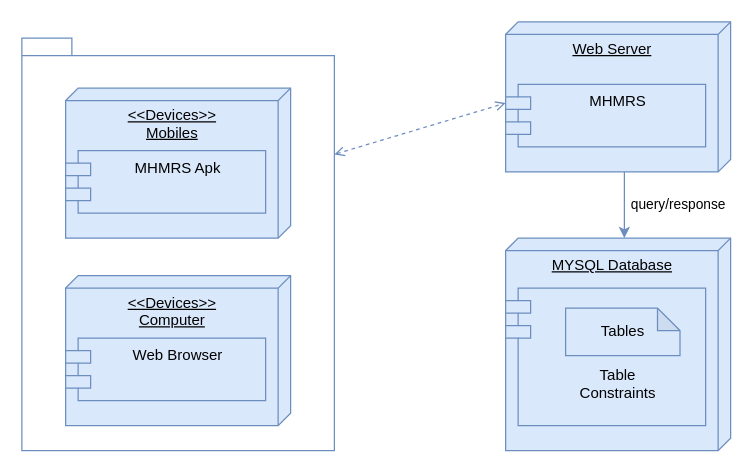
fasil712/UML_Diagram_Design keeps this draw.io diagram as Deployment Diagram.drawio. Above is the earlier version. Source tidied: cells renumbered, new cells numbered last; positions are measured from the earlier drawing's top-left corner, leaving out a move shared by most shapes. Both pictures are drawn from the tidied source at 125%, with x=0, y=0 at pixel (21, 21).
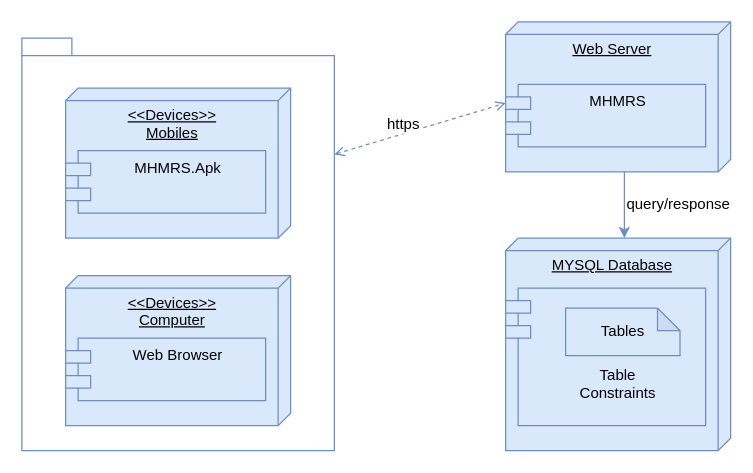
The same diagram, later.

Change to the diagram source:
```diff
@@
 <mxGraphModel>
   <root>
     <mxCell id="0" />
     <mxCell id="1" parent="0" />
     <mxCell id="2" style="shape=folder;fontStyle=1;spacingTop=10;tabWidth=40;tabHeight=14;tabPosition=left;html=1;rounded=0;strokeColor=#6C8EBF;" parent="1" vertex="1">
       <mxGeometry y="13" width="250" height="330" as="geometry" />
     </mxCell>
     <mxCell id="3" value="&lt;div align=&quot;center&quot;&gt;&amp;lt;&amp;lt;Devices&amp;gt;&amp;gt;&lt;/div&gt;&lt;div align=&quot;center&quot;&gt;Mobiles&lt;br&gt;&lt;/div&gt;" style="verticalAlign=top;align=center;spacingTop=8;spacingLeft=2;spacingRight=12;shape=cube;size=10;direction=south;fontStyle=4;html=1;rounded=0;fillColor=#dae8fc;strokeColor=#6c8ebf;" parent="1" vertex="1">
       <mxGeometry x="35" y="53" width="180" height="120" as="geometry" />
     </mxCell>
-    <mxCell id="4" value="MHMRS Apk" style="shape=module;align=left;spacingLeft=20;align=center;verticalAlign=top;rounded=0;fillColor=#dae8fc;strokeColor=#6c8ebf;" parent="1" vertex="1">
+    <mxCell id="4" value="MHMRS.Apk" style="shape=module;align=left;spacingLeft=20;align=center;verticalAlign=top;rounded=0;fillColor=#dae8fc;strokeColor=#6c8ebf;" parent="1" vertex="1">
       <mxGeometry x="35" y="103" width="160" height="50" as="geometry" />
     </mxCell>
     <mxCell id="5" value="&lt;div align=&quot;center&quot;&gt;&amp;lt;&amp;lt;Devices&amp;gt;&amp;gt;&lt;/div&gt;&lt;div align=&quot;center&quot;&gt;Computer&lt;br&gt;&lt;/div&gt;" style="verticalAlign=top;align=center;spacingTop=8;spacingLeft=2;spacingRight=12;shape=cube;size=10;direction=south;fontStyle=4;html=1;rounded=0;fillColor=#dae8fc;strokeColor=#6c8ebf;" parent="1" vertex="1">
       <mxGeometry x="35" y="203" width="180" height="120" as="geometry" />
     </mxCell>
     <mxCell id="6" value="Web Browser" style="shape=module;align=left;spacingLeft=20;align=center;verticalAlign=top;rounded=0;fillColor=#dae8fc;strokeColor=#6c8ebf;" parent="1" vertex="1">
       <mxGeometry x="35" y="253" width="160" height="50" as="geometry" />
     </mxCell>
     <mxCell id="7" value="Web Server" style="verticalAlign=top;align=center;spacingTop=8;spacingLeft=2;spacingRight=12;shape=cube;size=10;direction=south;fontStyle=4;html=1;rounded=0;fillColor=#dae8fc;strokeColor=#6c8ebf;" parent="1" vertex="1">
       <mxGeometry x="387" width="180" height="120" as="geometry" />
     </mxCell>
     <mxCell id="8" value="MHMRS" style="shape=module;align=left;spacingLeft=20;align=center;verticalAlign=top;rounded=0;fillColor=#dae8fc;strokeColor=#6c8ebf;" parent="1" vertex="1">
       <mxGeometry x="387" y="50" width="160" height="50" as="geometry" />
     </mxCell>
     <mxCell id="9" value="MYSQL Database" style="verticalAlign=top;align=center;spacingTop=8;spacingLeft=2;spacingRight=12;shape=cube;size=10;direction=south;fontStyle=4;html=1;rounded=0;fillColor=#dae8fc;strokeColor=#6c8ebf;" parent="1" vertex="1">
       <mxGeometry x="387" y="173" width="180" height="170" as="geometry" />
     </mxCell>
     <mxCell id="10" value="&#10;&#10;&#10;&#10;Table&#10;Constraints &#10;" style="shape=module;align=left;spacingLeft=20;align=center;verticalAlign=top;rounded=0;fillColor=#dae8fc;strokeColor=#6c8ebf;" parent="1" vertex="1">
       <mxGeometry x="387" y="213" width="160" height="110" as="geometry" />
     </mxCell>
     <mxCell id="11" value="Tables" style="shape=note;whiteSpace=wrap;html=1;backgroundOutline=1;darkOpacity=0.05;rounded=0;fillColor=#dae8fc;size=18;strokeColor=#6c8ebf;" parent="1" vertex="1">
       <mxGeometry x="435" y="229" width="91.5" height="38" as="geometry" />
     </mxCell>
     <mxCell id="12" style="endArrow=open;dashed=1;html=1;rounded=0;entryX=0;entryY=0;entryDx=65;entryDy=180;entryPerimeter=0;exitX=0;exitY=0;exitDx=250;exitDy=93;exitPerimeter=0;fillColor=#dae8fc;strokeColor=#6c8ebf;startArrow=open;startFill=0;endFill=0;" parent="1" edge="1" source="2" target="7">
       <mxGeometry relative="1" as="geometry" />
     </mxCell>
+    <mxCell id="15" value="https" style="edgeLabel;html=1;align=center;verticalAlign=middle;fontSize=12;" parent="12" vertex="1">
+      <mxGeometry x="-0.18" y="8" relative="1" as="geometry" />
+    </mxCell>
     <mxCell id="13" style="endArrow=classic;html=1;rounded=0;exitX=0;exitY=0;exitDx=120;exitDy=95;exitPerimeter=0;entryX=0;entryY=0;entryDx=0;entryDy=85;entryPerimeter=0;fillColor=#dae8fc;strokeColor=#6c8ebf;" parent="1" edge="1" target="9">
       <mxGeometry relative="1" as="geometry">
         <mxPoint x="482" y="120" as="sourcePoint" />
       </mxGeometry>
     </mxCell>
-    <mxCell id="14" value="query/response" style="edgeLabel;html=1;align=center;verticalAlign=middle;" parent="13" vertex="1">
+    <mxCell id="14" value="query/response" style="edgeLabel;html=1;align=center;verticalAlign=middle;fontSize=12;" parent="13" vertex="1">
       <mxGeometry x="-0.06" y="9" relative="1" as="geometry">
         <mxPoint x="33" as="offset" />
       </mxGeometry>
     </mxCell>
   </root>
 </mxGraphModel>
```
